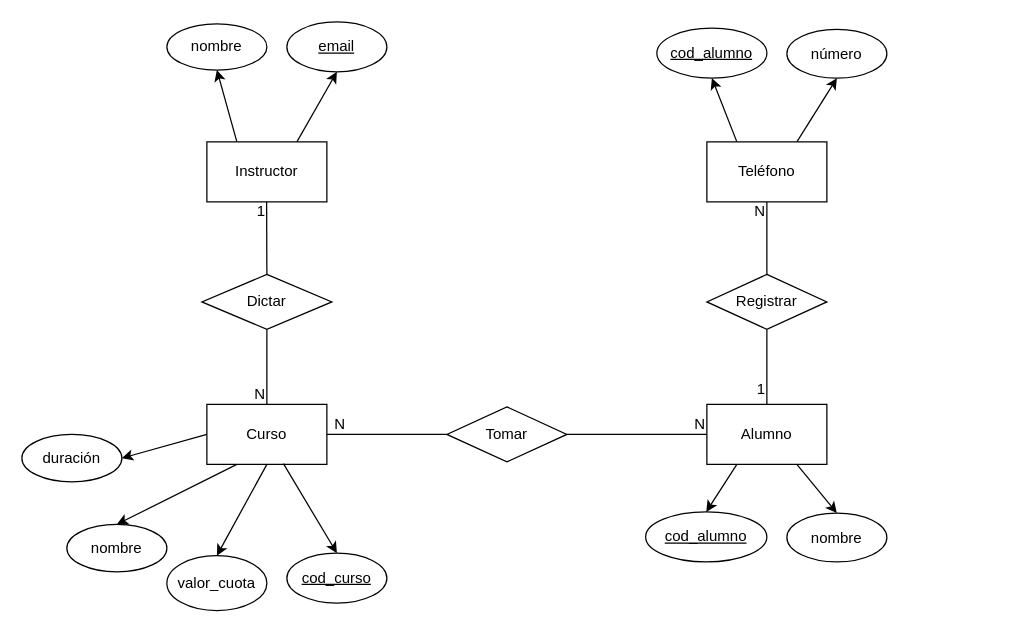
Earlier version of the draw.io diagram ejercicio 3 DER.drawio (Kevchuuu/Base-de-datos-). Source tidied: cells renumbered, new cells numbered last; positions are measured from the earlier drawing's top-left corner, leaving out a move shared by most shapes. Both pictures are drawn from the tidied source at 125%, with x=0, y=0 at pixel (21, 21).
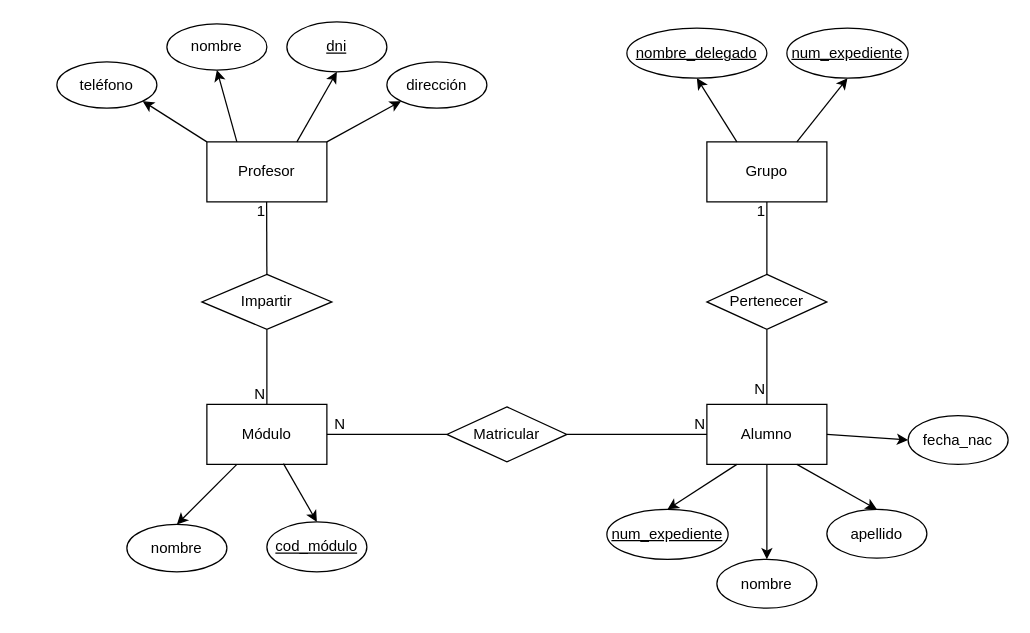
The same page after the edit.

The change refers to these unchanged cells:
```xml
<mxCell id="10" value="Alumno" style="rounded=0;whiteSpace=wrap;html=1;" parent="1" vertex="1">
  <mxGeometry x="548" y="306" width="96" height="48" as="geometry" />
</mxCell>
<mxCell id="31" style="endArrow=none;html=1;rounded=0;exitX=0.5;exitY=0;exitDx=0;exitDy=0;entryX=0.5;entryY=1;entryDx=0;entryDy=0;" parent="1" edge="1" source="29" target="27">
  <mxGeometry relative="1" as="geometry" />
</mxCell>
```

Diff of the diagram source:
```diff
@@
-    <mxCell id="2" value="Curso" style="rounded=0;whiteSpace=wrap;html=1;" parent="1" vertex="1">
+    <mxCell id="2" value="Módulo" style="rounded=0;whiteSpace=wrap;html=1;" parent="1" vertex="1">
       <mxGeometry x="148" y="306" width="96" height="48" as="geometry" />
     </mxCell>
     <mxCell id="3" value="nombre" style="ellipse;whiteSpace=wrap;html=1;" parent="1" vertex="1">
-      <mxGeometry x="36" y="402" width="80" height="38" as="geometry" />
+      <mxGeometry x="84" y="402" width="80" height="38" as="geometry" />
     </mxCell>
@@
-    <mxCell id="6" value="Instructor" style="rounded=0;whiteSpace=wrap;html=1;" parent="1" vertex="1">
+    <mxCell id="6" value="Profesor" style="rounded=0;whiteSpace=wrap;html=1;" parent="1" vertex="1">
       <mxGeometry x="148" y="96" width="96" height="48" as="geometry" />
     </mxCell>
@@
     <mxCell id="11" value="nombre" style="ellipse;whiteSpace=wrap;html=1;" parent="1" vertex="1">
-      <mxGeometry x="612" y="393" width="80" height="39" as="geometry" />
+      <mxGeometry x="556" y="430" width="80" height="39" as="geometry" />
     </mxCell>
-    <mxCell id="12" style="endArrow=classic;html=1;rounded=0;exitX=0.75;exitY=1;exitDx=0;exitDy=0;entryX=0.5;entryY=0;entryDx=0;entryDy=0;" parent="1" edge="1" source="10" target="11">
+    <mxCell id="12" style="endArrow=classic;html=1;rounded=0;exitX=0.5;exitY=1;exitDx=0;exitDy=0;entryX=0.5;entryY=0;entryDx=0;entryDy=0;" parent="1" edge="1" source="10" target="11">
       <mxGeometry relative="1" as="geometry" />
     </mxCell>
@@
-    <mxCell id="14" value="cod_curso" style="ellipse;whiteSpace=wrap;html=1;align=center;fontStyle=4;" parent="1" vertex="1">
-      <mxGeometry x="212" y="425" width="80" height="40" as="geometry" />
+    <mxCell id="14" value="cod_módulo" style="ellipse;whiteSpace=wrap;html=1;align=center;fontStyle=4;" parent="1" vertex="1">
+      <mxGeometry x="196" y="400" width="80" height="40" as="geometry" />
     </mxCell>
-    <mxCell id="15" value="email" style="ellipse;whiteSpace=wrap;html=1;align=center;fontStyle=4;" parent="1" vertex="1">
+    <mxCell id="15" value="dni" style="ellipse;whiteSpace=wrap;html=1;align=center;fontStyle=4;" parent="1" vertex="1">
       <mxGeometry x="212" width="80" height="40" as="geometry" />
     </mxCell>
-    <mxCell id="16" value="Dictar" style="shape=rhombus;perimeter=rhombusPerimeter;whiteSpace=wrap;html=1;align=center;" parent="1" vertex="1">
+    <mxCell id="16" value="Impartir" style="shape=rhombus;perimeter=rhombusPerimeter;whiteSpace=wrap;html=1;align=center;" parent="1" vertex="1">
       <mxGeometry x="144" y="202" width="104" height="44" as="geometry" />
     </mxCell>
@@
-    <mxCell id="22" value="cod_alumno" style="ellipse;whiteSpace=wrap;html=1;align=center;fontStyle=4;" parent="1" vertex="1">
-      <mxGeometry x="499" y="392" width="97" height="40" as="geometry" />
+    <mxCell id="22" value="num_expediente" style="ellipse;whiteSpace=wrap;html=1;align=center;fontStyle=4;" parent="1" vertex="1">
+      <mxGeometry x="468" y="390" width="97" height="40" as="geometry" />
     </mxCell>
-    <mxCell id="23" value="Tomar" style="shape=rhombus;perimeter=rhombusPerimeter;whiteSpace=wrap;html=1;align=center;" parent="1" vertex="1">
+    <mxCell id="23" value="Matricular" style="shape=rhombus;perimeter=rhombusPerimeter;whiteSpace=wrap;html=1;align=center;" parent="1" vertex="1">
       <mxGeometry x="340" y="308" width="96" height="44" as="geometry" />
     </mxCell>
@@
-    <mxCell id="27" value="Teléfono" style="rounded=0;whiteSpace=wrap;html=1;" parent="1" vertex="1">
+    <mxCell id="27" value="Grupo" style="rounded=0;whiteSpace=wrap;html=1;" parent="1" vertex="1">
       <mxGeometry x="548" y="96" width="96" height="48" as="geometry" />
     </mxCell>
@@
-    <mxCell id="29" value="Registrar" style="shape=rhombus;perimeter=rhombusPerimeter;whiteSpace=wrap;html=1;align=center;" parent="1" vertex="1">
+    <mxCell id="29" value="Pertenecer" style="shape=rhombus;perimeter=rhombusPerimeter;whiteSpace=wrap;html=1;align=center;" parent="1" vertex="1">
       <mxGeometry x="548" y="202" width="96" height="44" as="geometry" />
     </mxCell>
-    <mxCell id="30" value="1" style="html=1;whiteSpace=wrap;align=right;verticalAlign=bottom;imageAspect=1;direction=east;imageAlign=left;" parent="1" vertex="1">
+    <mxCell id="30" value="N" style="html=1;whiteSpace=wrap;align=right;verticalAlign=bottom;imageAspect=1;direction=east;imageAlign=left;" parent="1" vertex="1">
       <mxGeometry x="596" y="302" as="geometry" />
     </mxCell>
@@
-    <mxCell id="32" value="N" style="html=1;whiteSpace=wrap;align=right;verticalAlign=bottom;" parent="31" vertex="1">
+    <mxCell id="32" value="1" style="html=1;whiteSpace=wrap;align=right;verticalAlign=bottom;" parent="31" vertex="1">
       <mxGeometry x="1" relative="1" as="geometry">
         <mxPoint y="16" as="offset" />
       </mxGeometry>
     </mxCell>
@@
-    <mxCell id="34" value="cod_alumno" style="ellipse;whiteSpace=wrap;html=1;align=center;fontStyle=4;" parent="1" vertex="1">
-      <mxGeometry x="508" y="5" width="88" height="40" as="geometry" />
+    <mxCell id="34" value="nombre_delegado" style="ellipse;whiteSpace=wrap;html=1;align=center;fontStyle=4;" parent="1" vertex="1">
+      <mxGeometry x="484" y="5" width="112" height="40" as="geometry" />
     </mxCell>
-    <mxCell id="35" value="valor_cuota" style="ellipse;whiteSpace=wrap;html=1;" parent="1" vertex="1">
-      <mxGeometry x="116" y="427" width="80" height="44" as="geometry" />
-    </mxCell>
-    <mxCell id="36" style="endArrow=classic;html=1;rounded=0;entryX=0.5;entryY=0;entryDx=0;entryDy=0;exitX=0.5;exitY=1;exitDx=0;exitDy=0;" parent="1" edge="1" source="2" target="35">
-      <mxGeometry relative="1" as="geometry" />
-    </mxCell>
-    <mxCell id="37" value="duración" style="ellipse;whiteSpace=wrap;html=1;" parent="1" vertex="1">
-      <mxGeometry y="330" width="80" height="38" as="geometry" />
-    </mxCell>
-    <mxCell id="38" style="endArrow=classic;html=1;rounded=0;exitX=0;exitY=0.5;exitDx=0;exitDy=0;entryX=1;entryY=0.5;entryDx=0;entryDy=0;" parent="1" edge="1" source="2" target="37">
-      <mxGeometry relative="1" as="geometry" />
-    </mxCell>
-    <mxCell id="39" style="endArrow=classic;html=1;rounded=0;entryX=0.5;entryY=1;entryDx=0;entryDy=0;exitX=0.75;exitY=0;exitDx=0;exitDy=0;" parent="1" edge="1" source="27" target="40">
+    <mxCell id="39" style="endArrow=classic;html=1;rounded=0;entryX=0.5;entryY=1;entryDx=0;entryDy=0;exitX=0.75;exitY=0;exitDx=0;exitDy=0;" parent="1" edge="1" source="27" target="45">
       <mxGeometry relative="1" as="geometry" />
     </mxCell>
-    <mxCell id="40" value="número" style="ellipse;whiteSpace=wrap;html=1;" parent="1" vertex="1">
-      <mxGeometry x="612" y="6" width="80" height="39" as="geometry" />
-    </mxCell>
+    <mxCell id="41" value="teléfono" style="ellipse;whiteSpace=wrap;html=1;" parent="1" vertex="1">
+      <mxGeometry x="28" y="32" width="80" height="37" as="geometry" />
+    </mxCell>
+    <mxCell id="42" style="endArrow=classic;html=1;rounded=0;entryX=1;entryY=1;entryDx=0;entryDy=0;exitX=0;exitY=0;exitDx=0;exitDy=0;" parent="1" edge="1" source="6" target="41">
+      <mxGeometry relative="1" as="geometry" />
+    </mxCell>
+    <mxCell id="43" value="dirección" style="ellipse;whiteSpace=wrap;html=1;" parent="1" vertex="1">
+      <mxGeometry x="292" y="32" width="80" height="37" as="geometry" />
+    </mxCell>
+    <mxCell id="44" style="endArrow=classic;html=1;rounded=0;entryX=0;entryY=1;entryDx=0;entryDy=0;exitX=1;exitY=0;exitDx=0;exitDy=0;" parent="1" edge="1" source="6" target="43">
+      <mxGeometry relative="1" as="geometry" />
+    </mxCell>
+    <mxCell id="45" value="num_expediente" style="ellipse;whiteSpace=wrap;html=1;align=center;fontStyle=4;" parent="1" vertex="1">
+      <mxGeometry x="612" y="5" width="97" height="40" as="geometry" />
+    </mxCell>
+    <mxCell id="46" value="apellido" style="ellipse;whiteSpace=wrap;html=1;" parent="1" vertex="1">
+      <mxGeometry x="644" y="390" width="80" height="39" as="geometry" />
+    </mxCell>
+    <mxCell id="47" style="endArrow=classic;html=1;rounded=0;exitX=0.75;exitY=1;exitDx=0;exitDy=0;entryX=0.5;entryY=0;entryDx=0;entryDy=0;" parent="1" edge="1" source="10" target="46">
+      <mxGeometry relative="1" as="geometry" />
+    </mxCell>
+    <mxCell id="48" value="fecha_nac" style="ellipse;whiteSpace=wrap;html=1;" parent="1" vertex="1">
+      <mxGeometry x="709" y="315" width="80" height="39" as="geometry" />
+    </mxCell>
+    <mxCell id="49" style="endArrow=classic;html=1;rounded=0;exitX=1;exitY=0.5;exitDx=0;exitDy=0;entryX=0;entryY=0.5;entryDx=0;entryDy=0;" parent="1" edge="1" source="10" target="48">
+      <mxGeometry relative="1" as="geometry" />
+    </mxCell>
```
